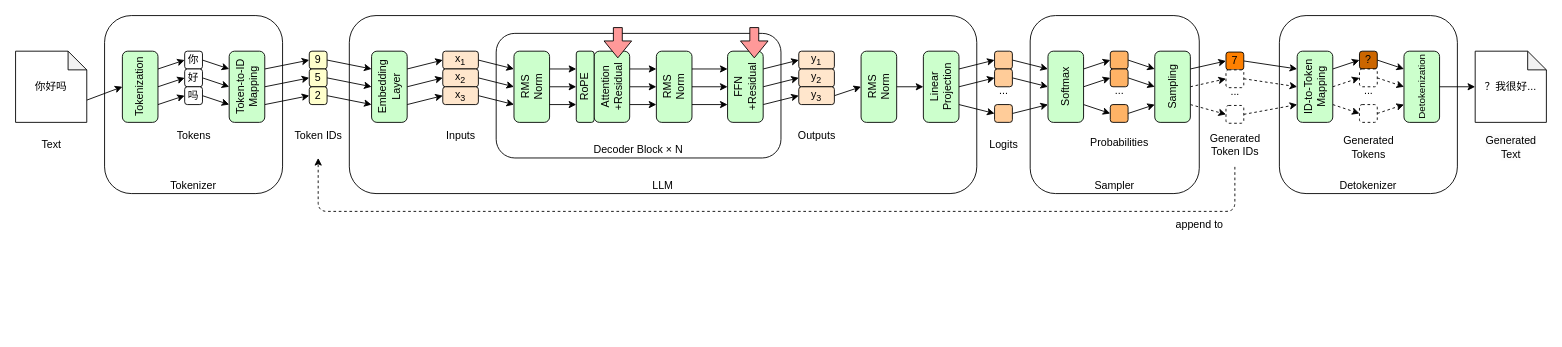
Above: page "all" (1 of 3) of books/toyllm/draw/ch01.drawio in zxh0/ann-book (draw.io), before the change. Source tidied: cells renumbered, new cells numbered last; positions are measured from the earlier drawing's top-left corner, leaving out a move shared by most shapes. Both pictures are drawn from the tidied source at 89%, with x=0, y=0 at pixel (15, 15).
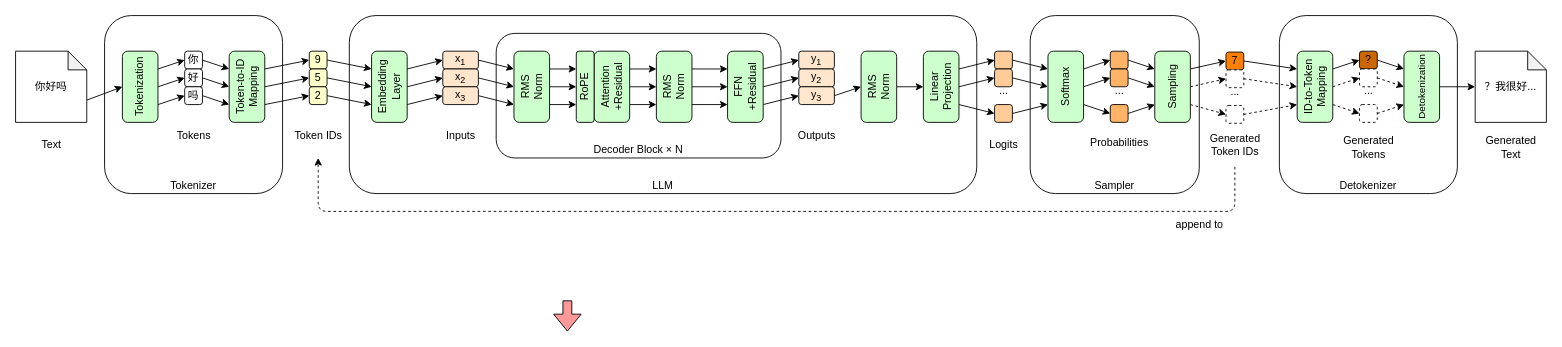
The same page after the edit.

What changed in the source:
```diff
@@
     <mxCell id="122" style="shape=flexArrow;endArrow=classic;html=1;fillColor=#FF9999;" parent="1" edge="1">
       <mxGeometry relative="1" as="geometry">
-        <mxPoint x="676.7" y="13" as="sourcePoint" />
-        <mxPoint x="676.7" y="48" as="targetPoint" />
+        <mxPoint x="620" y="320" as="sourcePoint" />
+        <mxPoint x="620" y="355" as="targetPoint" />
       </mxGeometry>
     </mxCell>
-    <mxCell id="123" style="shape=flexArrow;endArrow=classic;html=1;fillColor=#FF9999;" parent="1" edge="1">
-      <mxGeometry relative="1" as="geometry">
-        <mxPoint x="830" y="13" as="sourcePoint" />
-        <mxPoint x="830" y="48" as="targetPoint" />
-      </mxGeometry>
-    </mxCell>
```
